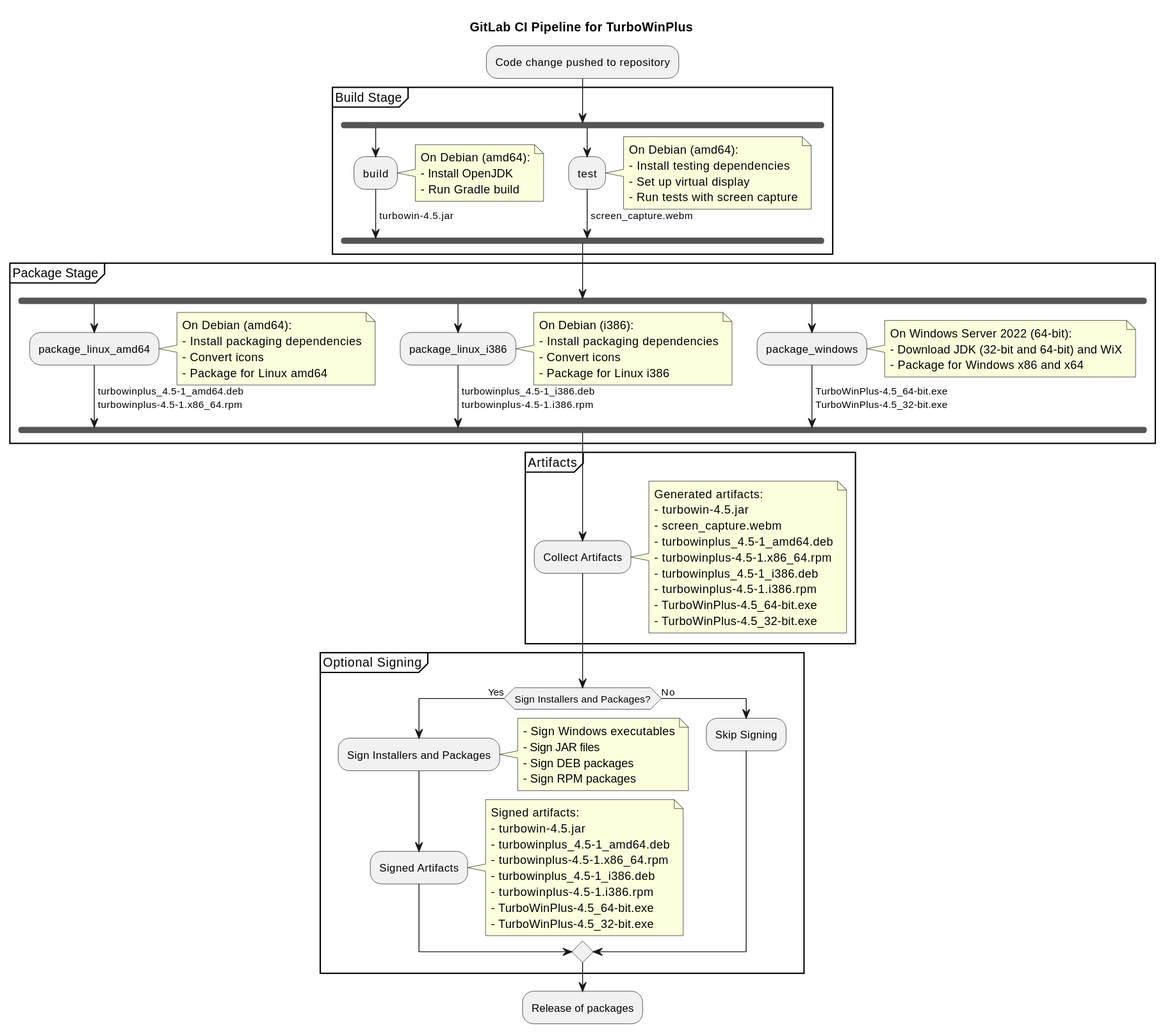
Above: documentation/images/07_turbowinplus_pipeline.svg in DeutscherWetterdienst/turbowin (PlantUML), before the change.
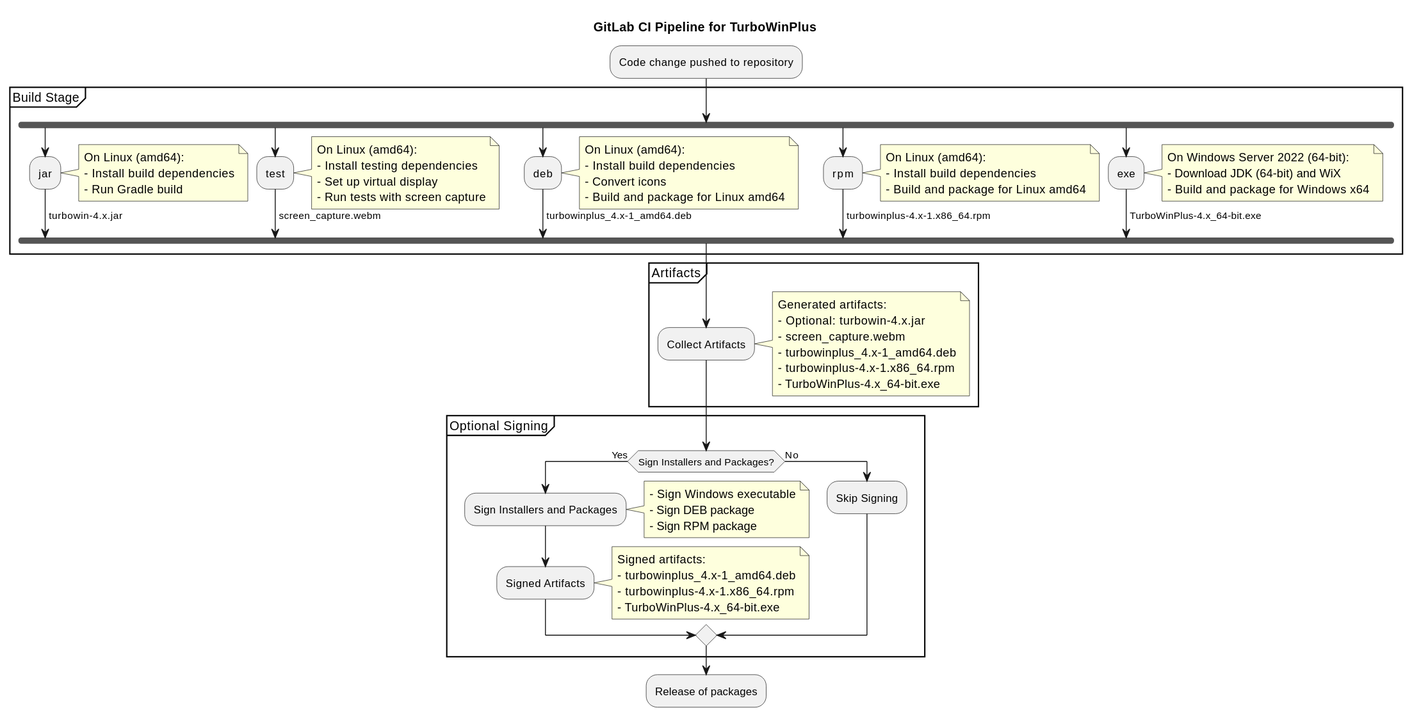
The same diagram one commit later.

Commit message:
Modify pipeline to use jlink and remove 32-bit build targets

Change to the diagram source:
```diff
@@ -1,7 +1,6 @@
 @startuml
 skinparam rectangle {
     BackgroundColor<<Build Stage>> LightBlue
-    BackgroundColor<<Package Stage>> LightGreen
     BackgroundColor<<Artifacts>> LightYellow
     BackgroundColor<<Optional Signing>> LightGray
 }
@@ -12,55 +11,47 @@
 
 partition "Build Stage" <<Build Stage>> {
     fork
-        :build;
+        :jar;
         note right
-            On Debian (amd64):
-            - Install OpenJDK
+            On Linux (amd64):
+            - Install build dependencies
             - Run Gradle build
         end note
-        -> turbowin-4.5.jar;
+        -> turbowin-4.x.jar;
     fork again
         :test;
         note right
-            On Debian (amd64):
+            On Linux (amd64):
             - Install testing dependencies
             - Set up virtual display
             - Run tests with screen capture
         end note
         -> screen_capture.webm;
-    end fork
-}
-
-partition "Package Stage" <<Package Stage>> {
-    fork
-        :package_linux_amd64;
+    fork again
+        :deb;
         note right
-            On Debian (amd64):
-            - Install packaging dependencies
+            On Linux (amd64):
+            - Install build dependencies
             - Convert icons
-            - Package for Linux amd64
+            - Build and package for Linux amd64
         end note
-        -> turbowinplus_4.5-1_amd64.deb
-        turbowinplus-4.5-1.x86_64.rpm;
+        -> turbowinplus_4.x-1_amd64.deb;
     fork again
-        :package_linux_i386;
+        :rpm;
         note right
-            On Debian (i386):
-            - Install packaging dependencies
-            - Convert icons
-            - Package for Linux i386
+            On Linux (amd64):
+            - Install build dependencies
+            - Build and package for Linux amd64
         end note
-        -> turbowinplus_4.5-1_i386.deb
-        turbowinplus-4.5-1.i386.rpm;
+        -> turbowinplus-4.x-1.x86_64.rpm;
     fork again
-        :package_windows;
+        :exe;
         note right
             On Windows Server 2022 (64-bit):
-            - Download JDK (32-bit and 64-bit) and WiX
-            - Package for Windows x86 and x64
+            - Download JDK (64-bit) and WiX
+            - Build and package for Windows x64
         end note
-        -> TurboWinPlus-4.5_64-bit.exe
-        TurboWinPlus-4.5_32-bit.exe;
+        -> TurboWinPlus-4.x_64-bit.exe;
     end fork
 }
 
@@ -68,14 +59,11 @@
     :Collect Artifacts;
     note right
         Generated artifacts:
-        - turbowin-4.5.jar
+        - Optional: turbowin-4.x.jar
         - screen_capture.webm
-        - turbowinplus_4.5-1_amd64.deb
-        - turbowinplus-4.5-1.x86_64.rpm
-        - turbowinplus_4.5-1_i386.deb
-        - turbowinplus-4.5-1.i386.rpm
-        - TurboWinPlus-4.5_64-bit.exe
-        - TurboWinPlus-4.5_32-bit.exe
+        - turbowinplus_4.x-1_amd64.deb
+        - turbowinplus-4.x-1.x86_64.rpm
+        - TurboWinPlus-4.x_64-bit.exe
     end note
 }
 
@@ -83,21 +71,16 @@
     if (Sign Installers and Packages?) then (Yes)
         :Sign Installers and Packages;
         note right
-            - Sign Windows executables
-            - Sign JAR files
-            - Sign DEB packages
-            - Sign RPM packages
+            - Sign Windows executable
+            - Sign DEB package
+            - Sign RPM package
         end note
         :Signed Artifacts;
         note right
             Signed artifacts:
-            - turbowin-4.5.jar
-            - turbowinplus_4.5-1_amd64.deb
-            - turbowinplus-4.5-1.x86_64.rpm
-            - turbowinplus_4.5-1_i386.deb
-            - turbowinplus-4.5-1.i386.rpm
-            - TurboWinPlus-4.5_64-bit.exe
-            - TurboWinPlus-4.5_32-bit.exe
+            - turbowinplus_4.x-1_amd64.deb
+            - turbowinplus-4.x-1.x86_64.rpm
+            - TurboWinPlus-4.x_64-bit.exe
         end note
     else (No)
         :Skip Signing;
```
